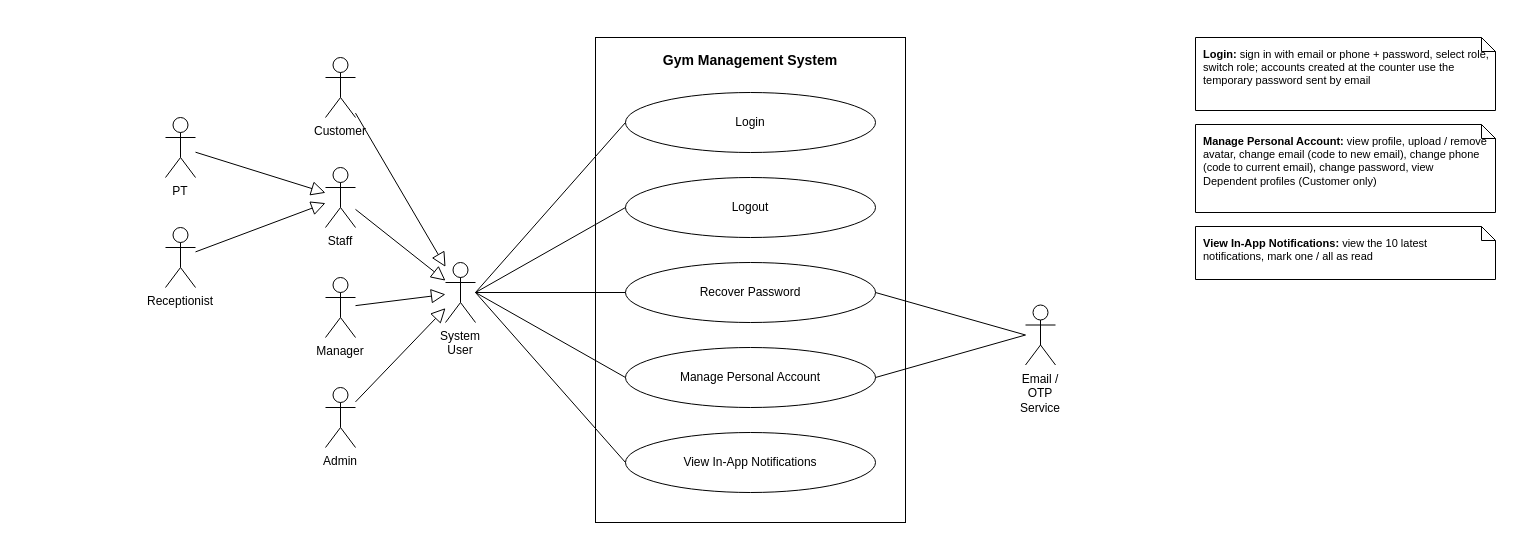
Before: docs/srs-update/uc-diagrams/UC_System_Actor.drawio in Thomas-luckyclover/gym-management-system, a draw.io diagram. Source tidied: cells renumbered, new cells numbered last; positions are measured from the earlier drawing's top-left corner, leaving out a move shared by most shapes. Both pictures are drawn from the tidied source at 100%, with x=0, y=0 at pixel (165, 37).
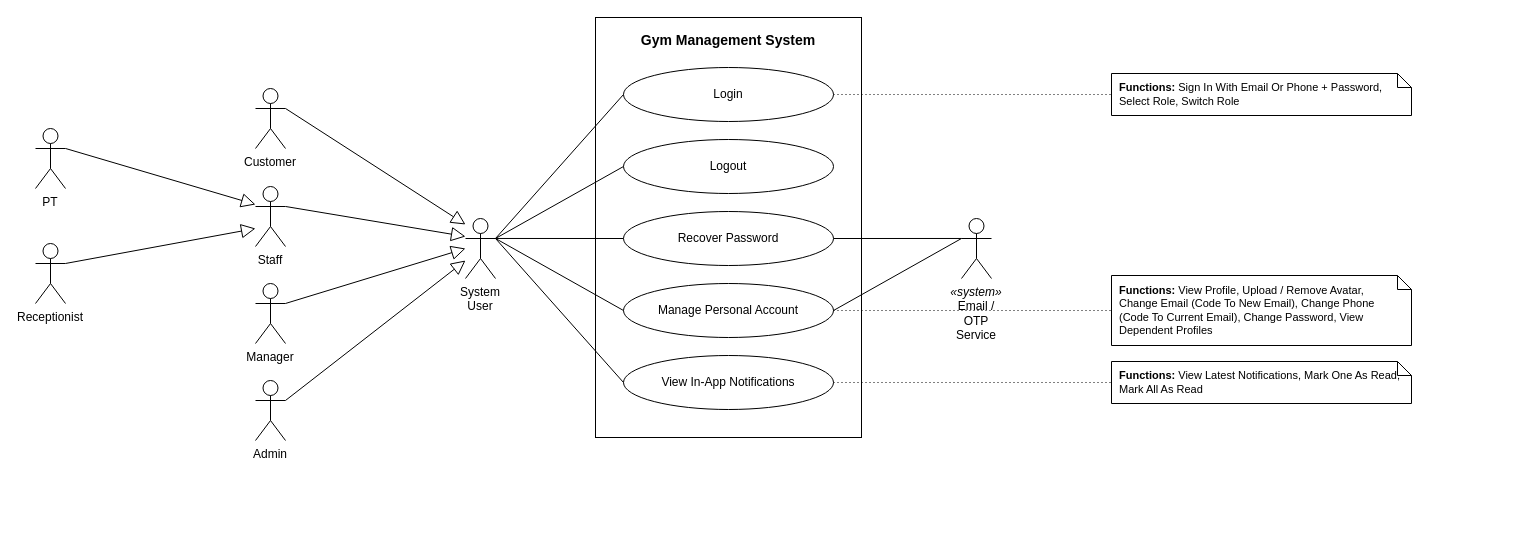
After the change.

Change to the diagram source:
```diff
@@
     <mxCell id="2" value="Gym Management System" style="rounded=0;whiteSpace=wrap;html=1;fillColor=#FFFFFF;strokeColor=#000000;verticalAlign=top;align=center;fontStyle=1;spacingTop=8;fontFamily=Helvetica;fontSize=14;" parent="1" vertex="1">
-      <mxGeometry x="430" width="310" height="485" as="geometry" />
+      <mxGeometry x="430" y="-20" width="266" height="420" as="geometry" />
     </mxCell>
     <mxCell id="3" value="Login" style="ellipse;whiteSpace=wrap;html=1;fillColor=#FFFFFF;strokeColor=#000000;fontFamily=Helvetica;fontSize=12;" parent="1" vertex="1">
-      <mxGeometry x="460" y="55" width="250" height="60" as="geometry" />
+      <mxGeometry x="458" y="30" width="210" height="54" as="geometry" />
     </mxCell>
     <mxCell id="4" value="Logout" style="ellipse;whiteSpace=wrap;html=1;fillColor=#FFFFFF;strokeColor=#000000;fontFamily=Helvetica;fontSize=12;" parent="1" vertex="1">
-      <mxGeometry x="460" y="140" width="250" height="60" as="geometry" />
+      <mxGeometry x="458" y="102" width="210" height="54" as="geometry" />
     </mxCell>
     <mxCell id="5" value="Recover Password" style="ellipse;whiteSpace=wrap;html=1;fillColor=#FFFFFF;strokeColor=#000000;fontFamily=Helvetica;fontSize=12;" parent="1" vertex="1">
-      <mxGeometry x="460" y="225" width="250" height="60" as="geometry" />
+      <mxGeometry x="458" y="174" width="210" height="54" as="geometry" />
     </mxCell>
     <mxCell id="6" value="Manage Personal Account" style="ellipse;whiteSpace=wrap;html=1;fillColor=#FFFFFF;strokeColor=#000000;fontFamily=Helvetica;fontSize=12;" parent="1" vertex="1">
-      <mxGeometry x="460" y="310" width="250" height="60" as="geometry" />
+      <mxGeometry x="458" y="246" width="210" height="54" as="geometry" />
     </mxCell>
     <mxCell id="7" value="View In-App Notifications" style="ellipse;whiteSpace=wrap;html=1;fillColor=#FFFFFF;strokeColor=#000000;fontFamily=Helvetica;fontSize=12;" parent="1" vertex="1">
-      <mxGeometry x="460" y="395" width="250" height="60" as="geometry" />
+      <mxGeometry x="458" y="318" width="210" height="54" as="geometry" />
     </mxCell>
     <mxCell id="8" value="System User" style="shape=umlActor;verticalLabelPosition=bottom;verticalAlign=top;html=1;outlineConnect=0;fillColor=#FFFFFF;strokeColor=#000000;whiteSpace=wrap;fontFamily=Helvetica;fontSize=12;" parent="1" vertex="1">
-      <mxGeometry x="280" y="225" width="30" height="60" as="geometry" />
+      <mxGeometry x="300" y="181" width="30" height="60" as="geometry" />
     </mxCell>
-    <mxCell id="9" value="Email / OTP Service" style="shape=umlActor;verticalLabelPosition=bottom;verticalAlign=top;html=1;outlineConnect=0;fillColor=#FFFFFF;strokeColor=#000000;whiteSpace=wrap;fontFamily=Helvetica;fontSize=12;" parent="1" vertex="1">
-      <mxGeometry x="860" y="267.5" width="30" height="60" as="geometry" />
-    </mxCell>
     <mxCell id="10" value="Customer" style="shape=umlActor;verticalLabelPosition=bottom;verticalAlign=top;html=1;outlineConnect=0;fillColor=#FFFFFF;strokeColor=#000000;whiteSpace=wrap;fontFamily=Helvetica;fontSize=12;" parent="1" vertex="1">
-      <mxGeometry x="160" y="20" width="30" height="60" as="geometry" />
+      <mxGeometry x="90" y="51" width="30" height="60" as="geometry" />
     </mxCell>
     <mxCell id="11" value="Staff" style="shape=umlActor;verticalLabelPosition=bottom;verticalAlign=top;html=1;outlineConnect=0;fillColor=#FFFFFF;strokeColor=#000000;whiteSpace=wrap;fontFamily=Helvetica;fontSize=12;" parent="1" vertex="1">
-      <mxGeometry x="160" y="130" width="30" height="60" as="geometry" />
+      <mxGeometry x="90" y="149" width="30" height="60" as="geometry" />
     </mxCell>
     <mxCell id="12" value="Manager" style="shape=umlActor;verticalLabelPosition=bottom;verticalAlign=top;html=1;outlineConnect=0;fillColor=#FFFFFF;strokeColor=#000000;whiteSpace=wrap;fontFamily=Helvetica;fontSize=12;" parent="1" vertex="1">
-      <mxGeometry x="160" y="240" width="30" height="60" as="geometry" />
+      <mxGeometry x="90" y="246" width="30" height="60" as="geometry" />
     </mxCell>
     <mxCell id="13" value="Admin" style="shape=umlActor;verticalLabelPosition=bottom;verticalAlign=top;html=1;outlineConnect=0;fillColor=#FFFFFF;strokeColor=#000000;whiteSpace=wrap;fontFamily=Helvetica;fontSize=12;" parent="1" vertex="1">
-      <mxGeometry x="160" y="350" width="30" height="60" as="geometry" />
+      <mxGeometry x="90" y="343" width="30" height="60" as="geometry" />
     </mxCell>
     <mxCell id="14" value="PT" style="shape=umlActor;verticalLabelPosition=bottom;verticalAlign=top;html=1;outlineConnect=0;fillColor=#FFFFFF;strokeColor=#000000;whiteSpace=wrap;fontFamily=Helvetica;fontSize=12;" parent="1" vertex="1">
-      <mxGeometry y="80" width="30" height="60" as="geometry" />
+      <mxGeometry x="-130" y="91" width="30" height="60" as="geometry" />
     </mxCell>
     <mxCell id="15" value="Receptionist" style="shape=umlActor;verticalLabelPosition=bottom;verticalAlign=top;html=1;outlineConnect=0;fillColor=#FFFFFF;strokeColor=#000000;whiteSpace=wrap;fontFamily=Helvetica;fontSize=12;" parent="1" vertex="1">
-      <mxGeometry y="190" width="30" height="60" as="geometry" />
+      <mxGeometry x="-130" y="206" width="30" height="60" as="geometry" />
     </mxCell>
+    <mxCell id="9" value="&lt;i&gt;«system»&lt;/i&gt;&lt;br&gt;Email / OTP Service" style="shape=umlActor;verticalLabelPosition=bottom;verticalAlign=top;html=1;outlineConnect=0;fillColor=#FFFFFF;strokeColor=#000000;whiteSpace=wrap;fontFamily=Helvetica;fontSize=12;" parent="1" vertex="1">
+      <mxGeometry x="796" y="181" width="30" height="60" as="geometry" />
+    </mxCell>
-    <mxCell id="16" style="html=1;rounded=0;strokeColor=#000000;endArrow=none;exitX=1;exitY=0.5;exitDx=0;exitDy=0;entryX=0;entryY=0.5;entryDx=0;entryDy=0;" parent="1" edge="1" source="8" target="3">
+    <mxCell id="16" style="html=1;rounded=0;strokeColor=#000000;endArrow=none;exitX=1;exitY=0.333;exitDx=0;exitDy=0;entryX=0;entryY=0.5;entryDx=0;entryDy=0;" parent="1" edge="1" source="8" target="3">
       <mxGeometry relative="1" as="geometry" />
     </mxCell>
-    <mxCell id="17" style="html=1;rounded=0;strokeColor=#000000;endArrow=none;exitX=1;exitY=0.5;exitDx=0;exitDy=0;entryX=0;entryY=0.5;entryDx=0;entryDy=0;" parent="1" edge="1" source="8" target="4">
+    <mxCell id="17" style="html=1;rounded=0;strokeColor=#000000;endArrow=none;exitX=1;exitY=0.333;exitDx=0;exitDy=0;entryX=0;entryY=0.5;entryDx=0;entryDy=0;" parent="1" edge="1" source="8" target="4">
       <mxGeometry relative="1" as="geometry" />
     </mxCell>
-    <mxCell id="18" style="html=1;rounded=0;strokeColor=#000000;endArrow=none;exitX=1;exitY=0.5;exitDx=0;exitDy=0;entryX=0;entryY=0.5;entryDx=0;entryDy=0;" parent="1" edge="1" source="8" target="5">
+    <mxCell id="18" style="html=1;rounded=0;strokeColor=#000000;endArrow=none;exitX=1;exitY=0.333;exitDx=0;exitDy=0;entryX=0;entryY=0.5;entryDx=0;entryDy=0;" parent="1" edge="1" source="8" target="5">
       <mxGeometry relative="1" as="geometry" />
     </mxCell>
-    <mxCell id="19" style="html=1;rounded=0;strokeColor=#000000;endArrow=none;exitX=1;exitY=0.5;exitDx=0;exitDy=0;entryX=0;entryY=0.5;entryDx=0;entryDy=0;" parent="1" edge="1" source="8" target="6">
+    <mxCell id="19" style="html=1;rounded=0;strokeColor=#000000;endArrow=none;exitX=1;exitY=0.333;exitDx=0;exitDy=0;entryX=0;entryY=0.5;entryDx=0;entryDy=0;" parent="1" edge="1" source="8" target="6">
       <mxGeometry relative="1" as="geometry" />
     </mxCell>
-    <mxCell id="20" style="html=1;rounded=0;strokeColor=#000000;endArrow=none;exitX=1;exitY=0.5;exitDx=0;exitDy=0;entryX=0;entryY=0.5;entryDx=0;entryDy=0;" parent="1" edge="1" source="8" target="7">
+    <mxCell id="20" style="html=1;rounded=0;strokeColor=#000000;endArrow=none;exitX=1;exitY=0.333;exitDx=0;exitDy=0;entryX=0;entryY=0.5;entryDx=0;entryDy=0;" parent="1" edge="1" source="8" target="7">
       <mxGeometry relative="1" as="geometry" />
     </mxCell>
-    <mxCell id="21" style="html=1;rounded=0;strokeColor=#000000;endArrow=none;exitX=0;exitY=0.5;exitDx=0;exitDy=0;entryX=1;entryY=0.5;entryDx=0;entryDy=0;" parent="1" edge="1" source="9" target="5">
+    <mxCell id="21" style="html=1;rounded=0;strokeColor=#000000;endArrow=none;exitX=0;exitY=0.333;exitDx=0;exitDy=0;entryX=1;entryY=0.5;entryDx=0;entryDy=0;" parent="1" edge="1" source="9" target="5">
       <mxGeometry relative="1" as="geometry" />
     </mxCell>
-    <mxCell id="22" style="html=1;rounded=0;strokeColor=#000000;endArrow=none;exitX=0;exitY=0.5;exitDx=0;exitDy=0;entryX=1;entryY=0.5;entryDx=0;entryDy=0;" parent="1" edge="1" source="9" target="6">
+    <mxCell id="22" style="html=1;rounded=0;strokeColor=#000000;endArrow=none;exitX=0;exitY=0.333;exitDx=0;exitDy=0;entryX=1;entryY=0.5;entryDx=0;entryDy=0;" parent="1" edge="1" source="9" target="6">
       <mxGeometry relative="1" as="geometry" />
     </mxCell>
-    <mxCell id="23" style="html=1;rounded=0;strokeColor=#000000;endArrow=block;endFill=0;endSize=12;" parent="1" edge="1" source="10" target="8">
+    <mxCell id="23" style="html=1;rounded=0;strokeColor=#000000;endArrow=block;endFill=0;endSize=12;exitX=1;exitY=0.333;exitDx=0;exitDy=0;entryX=0;entryY=0.1;entryDx=0;entryDy=0;" parent="1" edge="1" source="10" target="8">
       <mxGeometry relative="1" as="geometry" />
     </mxCell>
-    <mxCell id="24" style="html=1;rounded=0;strokeColor=#000000;endArrow=block;endFill=0;endSize=12;" parent="1" edge="1" source="11" target="8">
+    <mxCell id="24" style="html=1;rounded=0;strokeColor=#000000;endArrow=block;endFill=0;endSize=12;exitX=1;exitY=0.333;exitDx=0;exitDy=0;entryX=0;entryY=0.3;entryDx=0;entryDy=0;" parent="1" edge="1" source="11" target="8">
       <mxGeometry relative="1" as="geometry" />
     </mxCell>
-    <mxCell id="25" style="html=1;rounded=0;strokeColor=#000000;endArrow=block;endFill=0;endSize=12;" parent="1" edge="1" source="12" target="8">
+    <mxCell id="25" style="html=1;rounded=0;strokeColor=#000000;endArrow=block;endFill=0;endSize=12;exitX=1;exitY=0.333;exitDx=0;exitDy=0;entryX=0;entryY=0.5;entryDx=0;entryDy=0;" parent="1" edge="1" source="12" target="8">
       <mxGeometry relative="1" as="geometry" />
     </mxCell>
-    <mxCell id="26" style="html=1;rounded=0;strokeColor=#000000;endArrow=block;endFill=0;endSize=12;" parent="1" edge="1" source="13" target="8">
+    <mxCell id="26" style="html=1;rounded=0;strokeColor=#000000;endArrow=block;endFill=0;endSize=12;exitX=1;exitY=0.333;exitDx=0;exitDy=0;entryX=0;entryY=0.7;entryDx=0;entryDy=0;" parent="1" edge="1" source="13" target="8">
       <mxGeometry relative="1" as="geometry" />
     </mxCell>
-    <mxCell id="27" style="html=1;rounded=0;strokeColor=#000000;endArrow=block;endFill=0;endSize=12;" parent="1" edge="1" source="14" target="11">
+    <mxCell id="27" style="html=1;rounded=0;strokeColor=#000000;endArrow=block;endFill=0;endSize=12;exitX=1;exitY=0.333;exitDx=0;exitDy=0;entryX=0;entryY=0.3;entryDx=0;entryDy=0;" parent="1" edge="1" source="14" target="11">
       <mxGeometry relative="1" as="geometry" />
     </mxCell>
-    <mxCell id="28" style="html=1;rounded=0;strokeColor=#000000;endArrow=block;endFill=0;endSize=12;" parent="1" edge="1" source="15" target="11">
+    <mxCell id="28" style="html=1;rounded=0;strokeColor=#000000;endArrow=block;endFill=0;endSize=12;exitX=1;exitY=0.333;exitDx=0;exitDy=0;entryX=0;entryY=0.7;entryDx=0;entryDy=0;" parent="1" edge="1" source="15" target="11">
       <mxGeometry relative="1" as="geometry" />
     </mxCell>
-    <mxCell id="29" value="&lt;b&gt;Login:&lt;/b&gt; sign in with email or phone + password, select role, switch role; accounts created at the counter use the temporary password sent by email" style="shape=note;size=14;whiteSpace=wrap;html=1;fillColor=#FFFFFF;strokeColor=#000000;align=left;verticalAlign=top;spacingLeft=6;spacingRight=6;spacingTop=4;fontFamily=Helvetica;fontSize=11;" parent="1" vertex="1">
-      <mxGeometry x="1030" width="300" height="73" as="geometry" />
+    <mxCell id="29" value="&lt;b&gt;Functions:&lt;/b&gt; Sign In With Email Or Phone + Password, Select Role, Switch Role" style="shape=note;size=14;whiteSpace=wrap;html=1;fillColor=#FFFFFF;strokeColor=#000000;align=left;verticalAlign=middle;spacingLeft=6;spacingRight=6;fontFamily=Helvetica;fontSize=11;" parent="1" vertex="1">
+      <mxGeometry x="946" y="36" width="300" height="42" as="geometry" />
     </mxCell>
+    <mxCell id="32" style="html=1;rounded=0;strokeColor=#000000;endArrow=none;dashed=1;dashPattern=1 3;exitX=1;exitY=0.5;exitDx=0;exitDy=0;entryX=0;entryY=0.5;entryDx=0;entryDy=0;" parent="1" edge="1" source="3" target="29">
+      <mxGeometry relative="1" as="geometry" />
+    </mxCell>
-    <mxCell id="30" value="&lt;b&gt;Manage Personal Account:&lt;/b&gt; view profile, upload / remove avatar, change email (code to new email), change phone (code to current email), change password, view Dependent profiles (Customer only)" style="shape=note;size=14;whiteSpace=wrap;html=1;fillColor=#FFFFFF;strokeColor=#000000;align=left;verticalAlign=top;spacingLeft=6;spacingRight=6;spacingTop=4;fontFamily=Helvetica;fontSize=11;" parent="1" vertex="1">
-      <mxGeometry x="1030" y="87" width="300" height="88" as="geometry" />
+    <mxCell id="30" value="&lt;b&gt;Functions:&lt;/b&gt; View Profile, Upload / Remove Avatar, Change Email (Code To New Email), Change Phone (Code To Current Email), Change Password, View Dependent Profiles" style="shape=note;size=14;whiteSpace=wrap;html=1;fillColor=#FFFFFF;strokeColor=#000000;align=left;verticalAlign=middle;spacingLeft=6;spacingRight=6;fontFamily=Helvetica;fontSize=11;" parent="1" vertex="1">
+      <mxGeometry x="946" y="238" width="300" height="70" as="geometry" />
     </mxCell>
+    <mxCell id="33" style="html=1;rounded=0;strokeColor=#000000;endArrow=none;dashed=1;dashPattern=1 3;exitX=1;exitY=0.5;exitDx=0;exitDy=0;entryX=0;entryY=0.5;entryDx=0;entryDy=0;" parent="1" edge="1" source="6" target="30">
+      <mxGeometry relative="1" as="geometry" />
+    </mxCell>
-    <mxCell id="31" value="&lt;b&gt;View In-App Notifications:&lt;/b&gt; view the 10 latest notifications, mark one / all as read" style="shape=note;size=14;whiteSpace=wrap;html=1;fillColor=#FFFFFF;strokeColor=#000000;align=left;verticalAlign=top;spacingLeft=6;spacingRight=6;spacingTop=4;fontFamily=Helvetica;fontSize=11;" parent="1" vertex="1">
-      <mxGeometry x="1030" y="189" width="300" height="53" as="geometry" />
+    <mxCell id="31" value="&lt;b&gt;Functions:&lt;/b&gt; View Latest Notifications, Mark One As Read, Mark All As Read" style="shape=note;size=14;whiteSpace=wrap;html=1;fillColor=#FFFFFF;strokeColor=#000000;align=left;verticalAlign=middle;spacingLeft=6;spacingRight=6;fontFamily=Helvetica;fontSize=11;" parent="1" vertex="1">
+      <mxGeometry x="946" y="324" width="300" height="42" as="geometry" />
     </mxCell>
+    <mxCell id="34" style="html=1;rounded=0;strokeColor=#000000;endArrow=none;dashed=1;dashPattern=1 3;exitX=1;exitY=0.5;exitDx=0;exitDy=0;entryX=0;entryY=0.5;entryDx=0;entryDy=0;" parent="1" edge="1" source="7" target="31">
+      <mxGeometry relative="1" as="geometry" />
+    </mxCell>
```
